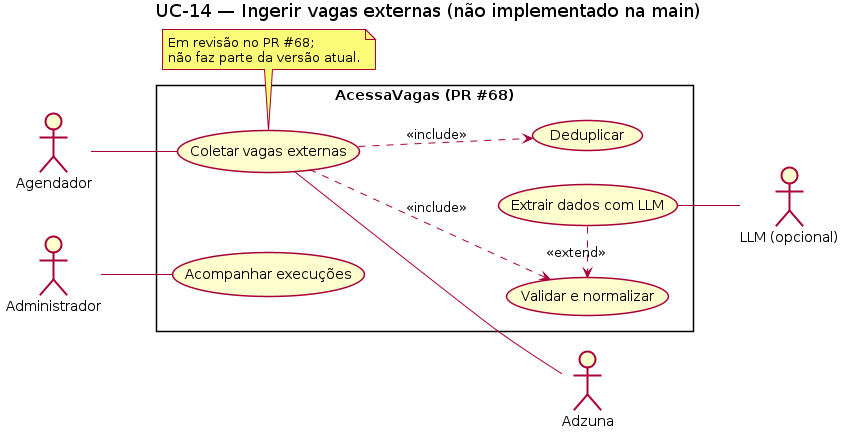
The PlantUML diagram docs/Diagramas Caso De Uso/UC-14-ingestao-json.png in rafael-marquart/Trabalho_ModelagemDeSistema, before a commit. Its source is kept beside it as docs/Diagramas Caso De Uso/fonte/UC-14-ingestao-json.puml.
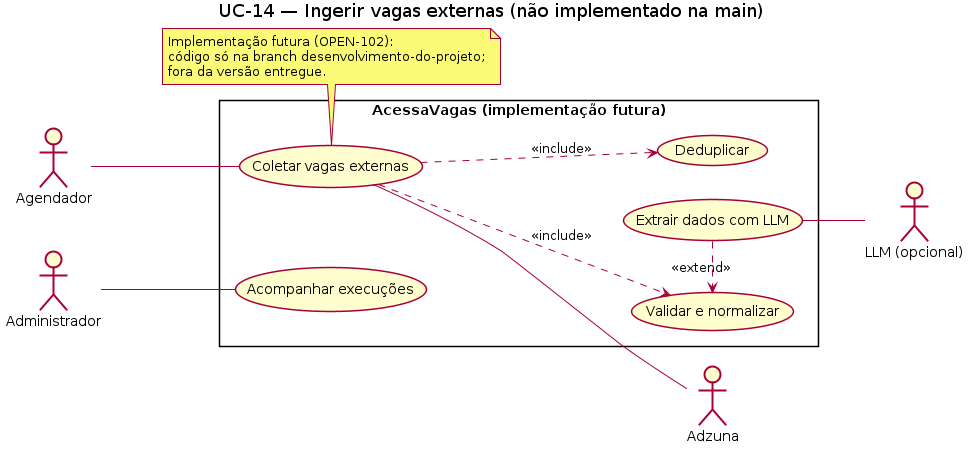
The same diagram one commit later.

What changed in the source:
```diff
@@ -7,7 +7,7 @@
 actor "Administrador" as A
 actor "Adzuna" as Z
 actor "LLM (opcional)" as L
-rectangle "AcessaVagas (PR #68)" {
+rectangle "AcessaVagas (implementação futura)" {
   usecase "Coletar vagas externas" as C
   usecase "Validar e normalizar" as V
   usecase "Extrair dados com LLM" as X
@@ -21,5 +21,5 @@
 C ..> D : <<include>>
 X .> V : <<extend>>
 X -- L
-note bottom of C : Em revisão no PR #68;\nnão faz parte da versão atual.
+note bottom of C : Implementação futura (OPEN-102):\ncódigo só na branch desenvolvimento-do-projeto;\nfora da versão entregue.
 @enduml
```
